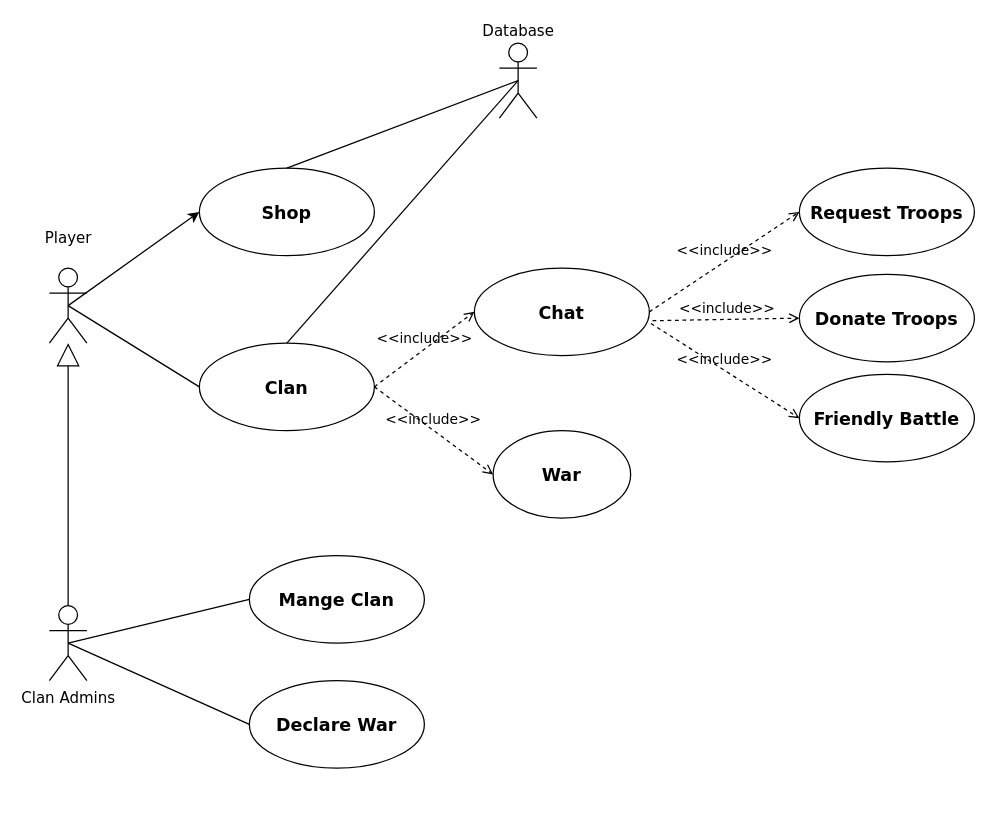
The draw.io diagram page "Page-1" (1 of 2) of Use case.drawio in nimamdd/clash-of-clans, before the edit. Source tidied: cells renumbered, new cells numbered last; positions are measured from the earlier drawing's top-left corner, leaving out a move shared by most shapes. Both pictures are drawn from the tidied source at 125%, with x=0, y=0 at pixel (49, 42).
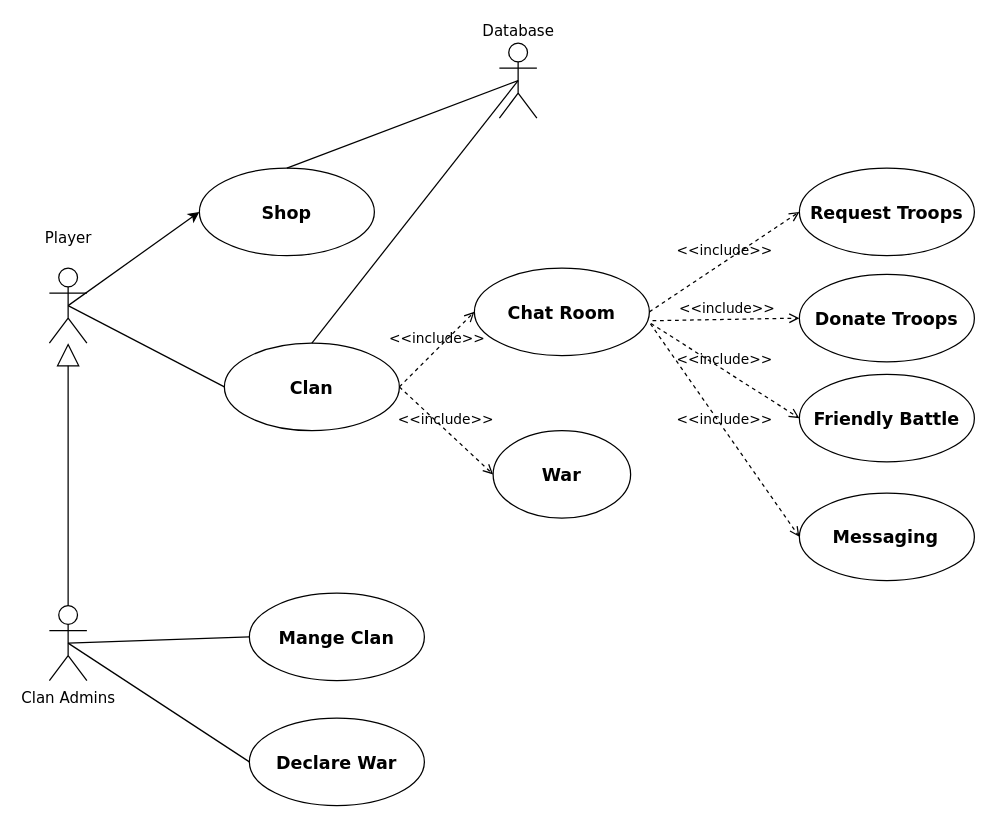
The same diagram, later.

What changed in the source:
```diff
@@
-    <mxCell id="9" value="&lt;p style=&quot;margin: 0px 0px 0px 21px; text-indent: -21px; font-style: normal; font-variant: normal; font-stretch: normal; font-size: 14px; line-height: normal; font-size-adjust: none; font-kerning: auto; font-feature-settings: normal; font-optical-sizing: auto; font-variation-settings: normal;&quot;&gt;&lt;b&gt;Chat&lt;/b&gt;&lt;/p&gt;" style="ellipse;whiteSpace=wrap;html=1;fontFamily=Verdana;fontColor=#000000;" parent="1" vertex="1">
+    <mxCell id="9" value="&lt;p style=&quot;margin: 0px 0px 0px 21px; text-indent: -21px; font-style: normal; font-variant: normal; font-stretch: normal; font-size: 14px; line-height: normal; font-size-adjust: none; font-kerning: auto; font-feature-settings: normal; font-optical-sizing: auto; font-variation-settings: normal;&quot;&gt;&lt;b&gt;Chat Room&lt;/b&gt;&lt;/p&gt;" style="ellipse;whiteSpace=wrap;html=1;fontFamily=Verdana;fontColor=#000000;" parent="1" vertex="1">
       <mxGeometry x="340" y="180" width="140" height="70" as="geometry" />
     </mxCell>
@@
     <mxCell id="11" value="&lt;p style=&quot;margin: 0px 0px 0px 21px; text-indent: -21px; font-style: normal; font-variant: normal; font-stretch: normal; font-size: 14px; line-height: normal; font-size-adjust: none; font-kerning: auto; font-feature-settings: normal; font-optical-sizing: auto; font-variation-settings: normal;&quot;&gt;&lt;b&gt;Clan&lt;/b&gt;&lt;/p&gt;" style="ellipse;whiteSpace=wrap;html=1;fontFamily=Verdana;fontColor=#000000;" parent="1" vertex="1">
-      <mxGeometry x="120" y="240" width="140" height="70" as="geometry" />
+      <mxGeometry x="140" y="240" width="140" height="70" as="geometry" />
     </mxCell>
@@
     <mxCell id="14" value="&lt;p style=&quot;margin: 0px 0px 0px 21px; text-indent: -21px; font-style: normal; font-variant: normal; font-stretch: normal; font-size: 14px; line-height: normal; font-size-adjust: none; font-kerning: auto; font-feature-settings: normal; font-optical-sizing: auto; font-variation-settings: normal;&quot;&gt;&lt;b&gt;Mange Clan&lt;/b&gt;&lt;/p&gt;" style="ellipse;whiteSpace=wrap;html=1;fontFamily=Verdana;fontColor=#000000;" parent="1" vertex="1">
-      <mxGeometry x="160" y="410" width="140" height="70" as="geometry" />
+      <mxGeometry x="160" y="440" width="140" height="70" as="geometry" />
     </mxCell>
@@
     <mxCell id="25" value="&lt;p style=&quot;margin: 0px 0px 0px 21px; text-indent: -21px; font-style: normal; font-variant: normal; font-stretch: normal; font-size: 14px; line-height: normal; font-size-adjust: none; font-kerning: auto; font-feature-settings: normal; font-optical-sizing: auto; font-variation-settings: normal;&quot;&gt;&lt;b&gt;Declare War&lt;/b&gt;&lt;br&gt;&lt;/p&gt;" style="ellipse;whiteSpace=wrap;html=1;fontFamily=Verdana;fontColor=#000000;" parent="1" vertex="1">
-      <mxGeometry x="160" y="510" width="140" height="70" as="geometry" />
+      <mxGeometry x="160" y="540" width="140" height="70" as="geometry" />
     </mxCell>
+    <mxCell id="26" value="&lt;div style=&quot;text-indent: -21px;&quot;&gt;&lt;font face=&quot;Verdana&quot;&gt;&lt;span style=&quot;font-size: 14px;&quot;&gt;&lt;b&gt;&amp;nbsp; &amp;nbsp; Messaging&lt;/b&gt;&lt;/span&gt;&lt;/font&gt;&lt;/div&gt;" style="ellipse;whiteSpace=wrap;html=1;align=center;" parent="1" vertex="1">
+      <mxGeometry x="600" y="360" width="140" height="70" as="geometry" />
+    </mxCell>
+    <mxCell id="27" value="&amp;lt;&amp;lt;include&amp;gt;&amp;gt;" style="html=1;verticalAlign=bottom;labelBackgroundColor=none;endArrow=open;endFill=0;dashed=1;rounded=0;exitX=1.006;exitY=0.636;exitDx=0;exitDy=0;fontFamily=Verdana;fontColor=#000000;exitPerimeter=0;entryX=0;entryY=0.5;entryDx=0;entryDy=0;" parent="1" edge="1" source="9" target="26">
+      <mxGeometry relative="1" as="geometry" />
+    </mxCell>
```
